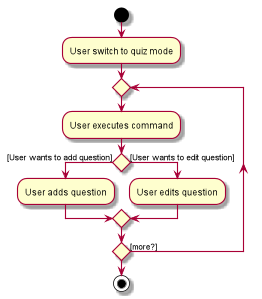
The PlantUML diagram docs/images/QuizCreationActivityDiagram.png in nus-cs2103-AY1920S1/addressbook-level3, before a commit. Its diagram source:
```plantuml
@startuml
start
:User switch to quiz mode;

repeat
:User executes command;

if () then ([User wants to add question])
    :User adds question;
else ([User wants to edit question])
    :User edits question;
endif
repeat while () is ([more?])

stop
@enduml
```
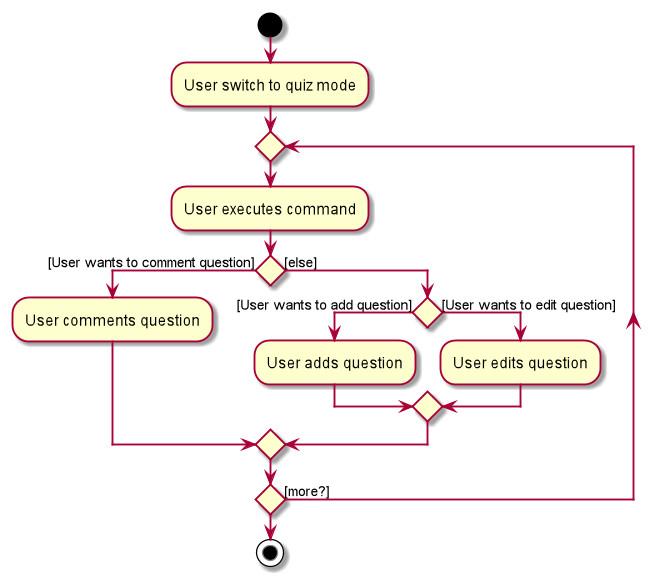
After the change.

The edit, as a diff of the source:
```diff
@@ -5,11 +5,15 @@
 repeat
 :User executes command;
 
+if () then ([User wants to comment question])
+    :User comments question;
+else ([else])
 if () then ([User wants to add question])
     :User adds question;
 else ([User wants to edit question])
     :User edits question;
 endif
+endif
 repeat while () is ([more?])
 
 stop
```
